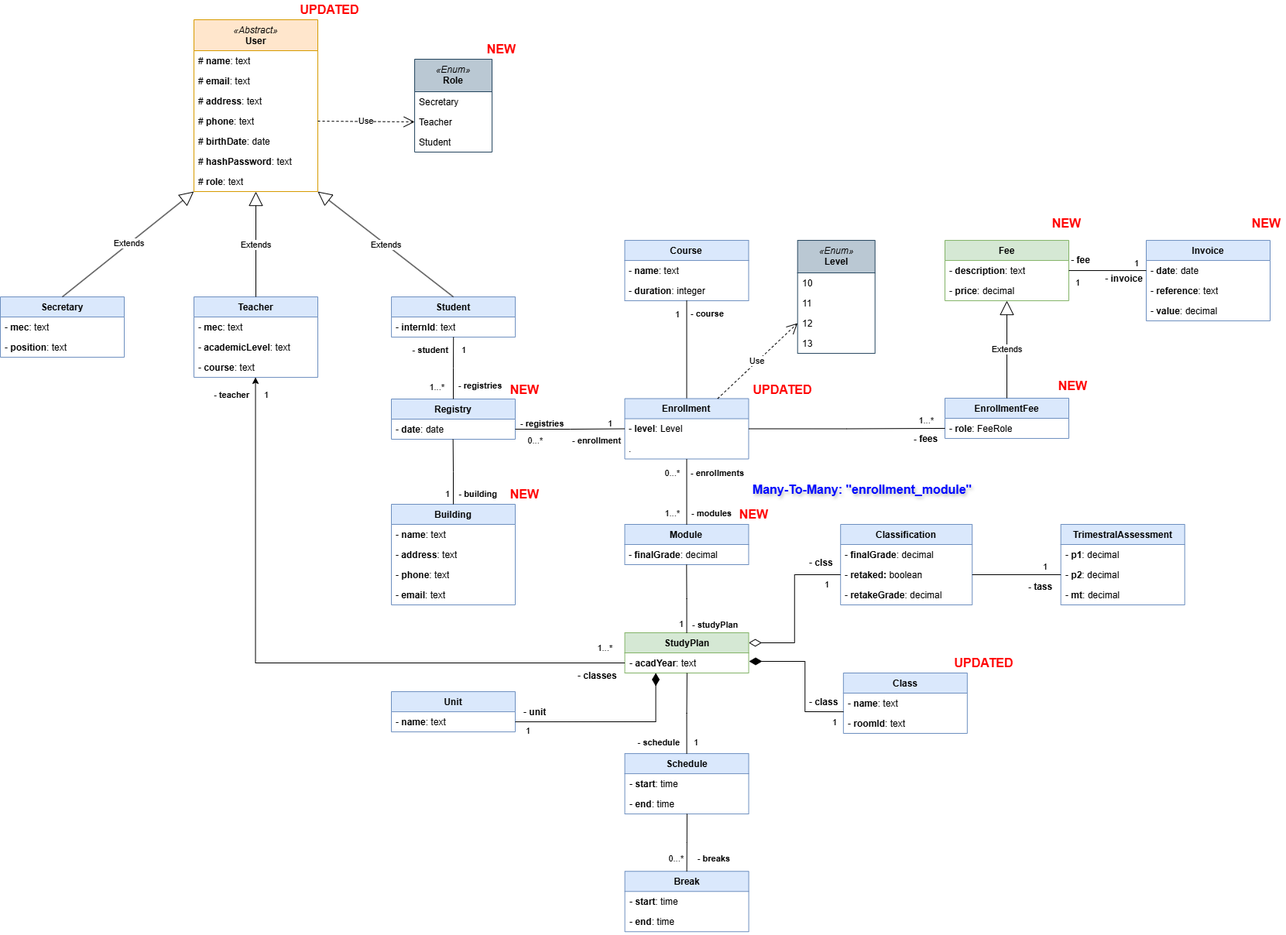
This is documentation/data-model.drawio.png from Joaquim-Claudio/Imptel-Online_P.D.S-2024-2025, a draw.io export, as it was before one commit. Source tidied: cells renumbered, new cells last; positions are measured from the earlier drawing's top-left corner, leaving out a move shared by most shapes.
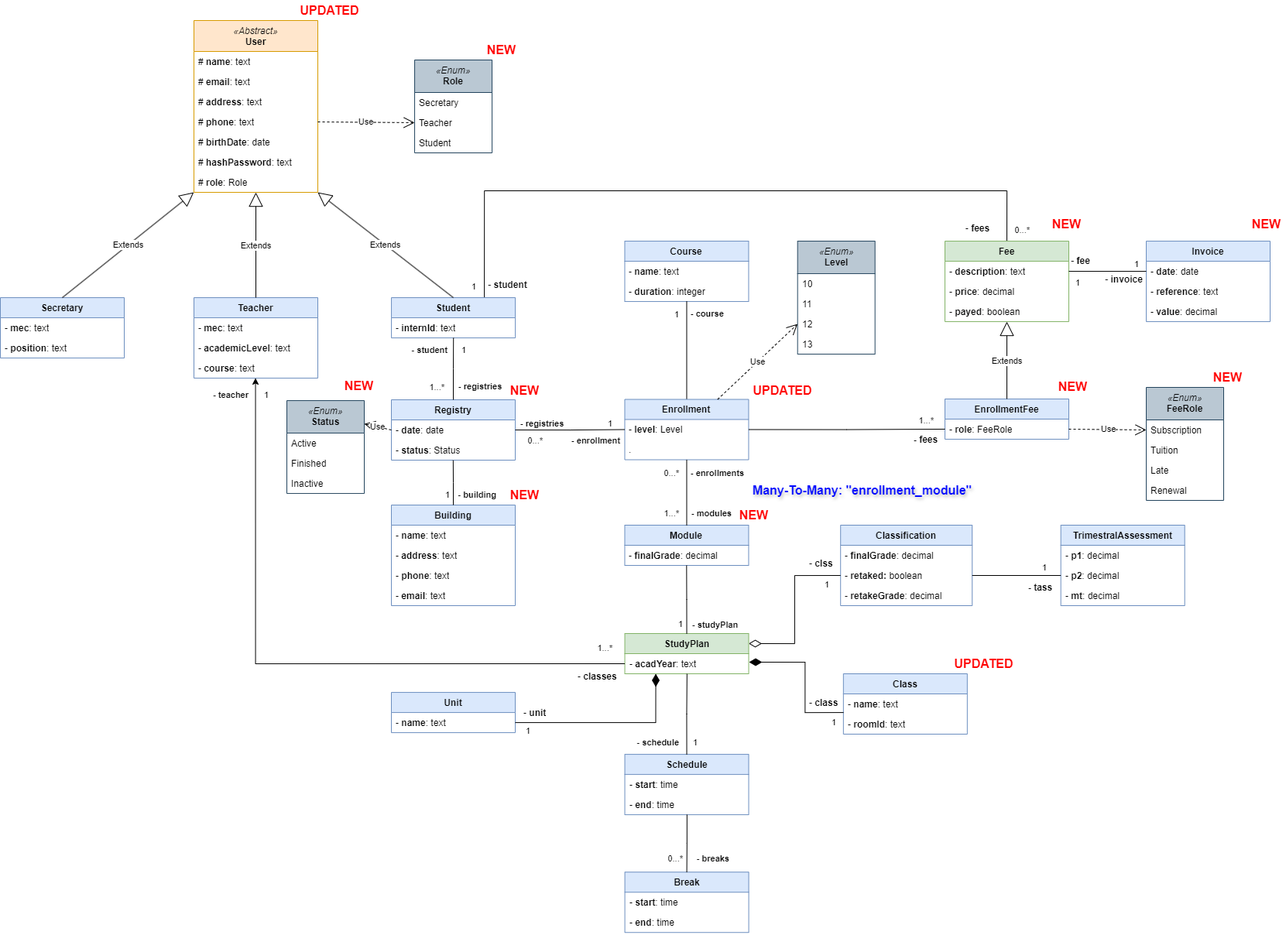
The same diagram one commit later.

Commit message:
Data model updated.

Change to the diagram source:
```diff
@@ -23,7 +23,7 @@
     <mxCell id="8" value="# &lt;b&gt;hashPassword&lt;/b&gt;: text" style="text;strokeColor=none;fillColor=none;align=left;verticalAlign=top;spacingLeft=4;spacingRight=4;overflow=hidden;whiteSpace=wrap;html=1;" parent="2" vertex="1">
       <mxGeometry y="170" width="160" height="26" as="geometry" />
     </mxCell>
-    <mxCell id="9" value="# &lt;b&gt;role&lt;/b&gt;: text" style="text;strokeColor=none;fillColor=none;align=left;verticalAlign=top;spacingLeft=4;spacingRight=4;overflow=hidden;points=[[0,0.5],[1,0.5]];portConstraint=eastwest;whiteSpace=wrap;html=1;" parent="2" vertex="1">
+    <mxCell id="9" value="# &lt;b&gt;role&lt;/b&gt;: Role" style="text;strokeColor=none;fillColor=none;align=left;verticalAlign=top;spacingLeft=4;spacingRight=4;overflow=hidden;points=[[0,0.5],[1,0.5]];portConstraint=eastwest;whiteSpace=wrap;html=1;" parent="2" vertex="1">
       <mxGeometry y="196" width="160" height="26" as="geometry" />
     </mxCell>
     <mxCell id="10" value="Secretary" style="swimlane;fontStyle=1;align=center;verticalAlign=top;horizontal=1;startSize=26;whiteSpace=wrap;html=1;fillColor=#dae8fc;strokeColor=#6c8ebf;" parent="1" vertex="1">
@@ -35,6 +35,14 @@
     <mxCell id="12" value="- &lt;b&gt;position&lt;/b&gt;: text" style="text;strokeColor=none;fillColor=none;align=left;verticalAlign=top;spacingLeft=4;spacingRight=4;overflow=hidden;whiteSpace=wrap;html=1;" parent="10" vertex="1">
       <mxGeometry y="52" width="160" height="26" as="geometry" />
     </mxCell>
+    <mxCell id="145" style="edgeStyle=orthogonalEdgeStyle;rounded=0;jettySize=auto;html=1;exitX=0.75;exitY=0;exitDx=0;exitDy=0;entryX=0.5;entryY=0;entryDx=0;entryDy=0;endArrow=none;endFill=0;" parent="1" edge="1" source="13" target="118">
+      <mxGeometry relative="1" as="geometry">
+        <Array as="points">
+          <mxPoint x="625" y="246" />
+          <mxPoint x="1300" y="246" />
+        </Array>
+      </mxGeometry>
+    </mxCell>
     <mxCell id="13" value="Student" style="swimlane;fontStyle=1;align=center;verticalAlign=top;horizontal=1;startSize=26;whiteSpace=wrap;html=1;fillColor=#dae8fc;strokeColor=#6c8ebf;" parent="1" vertex="1">
       <mxGeometry x="505.1" y="384.1" width="160" height="52" as="geometry" />
     </mxCell>
@@ -211,11 +219,14 @@
       <mxGeometry x="790" y="844" as="geometry" />
     </mxCell>
     <mxCell id="70" value="Registry" style="swimlane;fontStyle=1;align=center;verticalAlign=top;horizontal=1;startSize=26;whiteSpace=wrap;html=1;fillColor=#dae8fc;strokeColor=#6c8ebf;" parent="1" vertex="1">
-      <mxGeometry x="505" y="516" width="160" height="52" as="geometry" />
+      <mxGeometry x="505" y="516" width="160" height="78" as="geometry" />
     </mxCell>
     <mxCell id="71" value="-&amp;nbsp;&lt;b&gt;date&lt;/b&gt;: date" style="text;strokeColor=none;fillColor=none;align=left;verticalAlign=top;spacingLeft=4;spacingRight=4;overflow=hidden;points=[[0,0.5],[1,0.5]];portConstraint=eastwest;whiteSpace=wrap;html=1;" parent="70" vertex="1">
       <mxGeometry y="26" width="160" height="26" as="geometry" />
     </mxCell>
+    <mxCell id="146" value="- &lt;b&gt;status&lt;/b&gt;: Status" style="text;strokeColor=none;fillColor=none;align=left;verticalAlign=top;spacingLeft=4;spacingRight=4;overflow=hidden;points=[[0,0.5],[1,0.5]];portConstraint=eastwest;whiteSpace=wrap;html=1;" parent="70" vertex="1">
+      <mxGeometry y="52" width="160" height="26" as="geometry" />
+    </mxCell>
     <mxCell id="72" value="0...*" style="edgeLabel;html=1;align=right;verticalAlign=bottom;" parent="1" vertex="1">
       <mxGeometry x="700" y="576" as="geometry" />
     </mxCell>
@@ -338,7 +349,7 @@
     <mxCell id="106" style="endArrow=none;html=1;endSize=12;startArrow=diamondThin;startSize=14;startFill=1;edgeStyle=orthogonalEdgeStyle;align=left;verticalAlign=bottom;rounded=0;entryX=1;entryY=0.5;entryDx=0;entryDy=0;exitX=0.25;exitY=1;exitDx=0;exitDy=0;endFill=0;" parent="1" edge="1" source="19" target="33">
       <mxGeometry x="-1" y="3" relative="1" as="geometry" />
     </mxCell>
-    <mxCell id="107" style="edgeStyle=orthogonalEdgeStyle;rounded=0;jettySize=auto;html=1;exitX=0.5;exitY=0;exitDx=0;exitDy=0;entryX=0.498;entryY=1.006;entryDx=0;entryDy=0;entryPerimeter=0;endArrow=none;endFill=0;" parent="1" edge="1" source="95" target="71">
+    <mxCell id="107" style="edgeStyle=orthogonalEdgeStyle;rounded=0;jettySize=auto;html=1;exitX=0.5;exitY=0;exitDx=0;exitDy=0;endArrow=none;endFill=0;entryX=0.499;entryY=1.01;entryDx=0;entryDy=0;entryPerimeter=0;" parent="1" edge="1" source="95" target="146">
       <mxGeometry relative="1" as="geometry" />
     </mxCell>
     <mxCell id="108" value="- &lt;b&gt;building&lt;/b&gt;" style="edgeLabel;html=1;align=right;verticalAlign=bottom;" parent="1" vertex="1">
@@ -372,7 +383,7 @@
       <mxGeometry y="26" width="160" height="26" as="geometry" />
     </mxCell>
     <mxCell id="118" value="Fee" style="swimlane;fontStyle=1;align=center;verticalAlign=top;horizontal=1;startSize=26;whiteSpace=wrap;html=1;fillColor=#d5e8d4;strokeColor=#82b366;" parent="1" vertex="1">
-      <mxGeometry x="1220" y="311.1" width="160" height="78" as="geometry" />
+      <mxGeometry x="1220" y="311.1" width="160" height="104" as="geometry" />
     </mxCell>
     <mxCell id="119" value="- &lt;b&gt;description&lt;/b&gt;: text" style="text;strokeColor=none;fillColor=none;align=left;verticalAlign=top;spacingLeft=4;spacingRight=4;overflow=hidden;points=[[0,0.5],[1,0.5]];portConstraint=eastwest;whiteSpace=wrap;html=1;" parent="118" vertex="1">
       <mxGeometry y="26" width="160" height="26" as="geometry" />
@@ -380,6 +391,9 @@
     <mxCell id="120" value="- &lt;b&gt;price&lt;/b&gt;: decimal" style="text;strokeColor=none;fillColor=none;align=left;verticalAlign=top;spacingLeft=4;spacingRight=4;overflow=hidden;whiteSpace=wrap;html=1;" parent="118" vertex="1">
       <mxGeometry y="52" width="160" height="26" as="geometry" />
     </mxCell>
+    <mxCell id="147" value="- &lt;b&gt;payed&lt;/b&gt;: boolean" style="text;strokeColor=none;fillColor=none;align=left;verticalAlign=top;spacingLeft=4;spacingRight=4;overflow=hidden;whiteSpace=wrap;html=1;" parent="118" vertex="1">
+      <mxGeometry y="78" width="160" height="26" as="geometry" />
+    </mxCell>
     <mxCell id="121" value="Invoice" style="swimlane;fontStyle=1;align=center;verticalAlign=top;horizontal=1;startSize=26;whiteSpace=wrap;html=1;fillColor=#dae8fc;strokeColor=#6c8ebf;" parent="1" vertex="1">
       <mxGeometry x="1480" y="311.1" width="160" height="104" as="geometry" />
     </mxCell>
@@ -452,5 +466,56 @@
     <mxCell id="144" value="Many-To-Many: &quot;enrollment_module&quot;" style="text;align=center;fontStyle=1;verticalAlign=middle;spacingLeft=3;spacingRight=3;html=1;fontColor=#0008ff;fontSize=16;textShadow=1;" parent="1" vertex="1">
       <mxGeometry x="966.5" y="620" width="293.5" height="26" as="geometry" />
     </mxCell>
+    <mxCell id="148" value="&lt;div&gt;&lt;i style=&quot;font-weight: normal;&quot;&gt;«Enum»&lt;/i&gt;&lt;/div&gt;&lt;div style=&quot;&quot;&gt;Status&lt;/div&gt;" style="swimlane;fontStyle=1;align=center;verticalAlign=top;horizontal=1;startSize=42;whiteSpace=wrap;html=1;fillColor=#bac8d3;strokeColor=#23445d;" parent="1" vertex="1">
+      <mxGeometry x="370" y="517.1" width="100" height="120" as="geometry" />
+    </mxCell>
+    <mxCell id="149" value="Active" style="text;strokeColor=none;fillColor=none;align=left;verticalAlign=top;spacingLeft=4;spacingRight=4;overflow=hidden;whiteSpace=wrap;html=1;" parent="148" vertex="1">
+      <mxGeometry y="42" width="100" height="26" as="geometry" />
+    </mxCell>
+    <mxCell id="150" value="Finished" style="text;strokeColor=none;fillColor=none;align=left;verticalAlign=top;spacingLeft=4;spacingRight=4;overflow=hidden;whiteSpace=wrap;html=1;" parent="148" vertex="1">
+      <mxGeometry y="68" width="100" height="26" as="geometry" />
+    </mxCell>
+    <mxCell id="151" value="Inactive" style="text;strokeColor=none;fillColor=none;align=left;verticalAlign=top;spacingLeft=4;spacingRight=4;overflow=hidden;whiteSpace=wrap;html=1;" parent="148" vertex="1">
+      <mxGeometry y="94" width="100" height="26" as="geometry" />
+    </mxCell>
+    <mxCell id="152" value="Use" style="endArrow=open;endSize=12;dashed=1;html=1;rounded=0;exitX=0;exitY=0.5;exitDx=0;exitDy=0;entryX=1;entryY=0.25;entryDx=0;entryDy=0;" parent="1" edge="1" source="71" target="148">
+      <mxGeometry relative="1" as="geometry" />
+    </mxCell>
+    <mxCell id="153" value="NEW" style="text;align=center;fontStyle=1;verticalAlign=middle;spacingLeft=3;spacingRight=3;html=1;fontColor=#ff0000;fontSize=16;" parent="1" vertex="1">
+      <mxGeometry x="440" y="485" width="45.2" height="26" as="geometry" />
+    </mxCell>
+    <mxCell id="154" value="&lt;div&gt;&lt;i style=&quot;font-weight: normal;&quot;&gt;«Enum»&lt;/i&gt;&lt;/div&gt;&lt;div&gt;&lt;span style=&quot;text-align: left;&quot;&gt;FeeRole&lt;/span&gt;&lt;/div&gt;" style="swimlane;fontStyle=1;align=center;verticalAlign=top;horizontal=1;startSize=42;whiteSpace=wrap;html=1;fillColor=#bac8d3;strokeColor=#23445d;" parent="1" vertex="1">
+      <mxGeometry x="1480" y="500" width="100" height="146" as="geometry" />
+    </mxCell>
+    <mxCell id="155" value="Subscription" style="text;strokeColor=none;fillColor=none;align=left;verticalAlign=top;spacingLeft=4;spacingRight=4;overflow=hidden;points=[[0,0.5],[1,0.5]];portConstraint=eastwest;whiteSpace=wrap;html=1;" parent="154" vertex="1">
+      <mxGeometry y="42" width="100" height="26" as="geometry" />
+    </mxCell>
+    <mxCell id="156" value="Tuition" style="text;strokeColor=none;fillColor=none;align=left;verticalAlign=top;spacingLeft=4;spacingRight=4;overflow=hidden;whiteSpace=wrap;html=1;" parent="154" vertex="1">
+      <mxGeometry y="68" width="100" height="26" as="geometry" />
+    </mxCell>
+    <mxCell id="157" value="Late" style="text;strokeColor=none;fillColor=none;align=left;verticalAlign=top;spacingLeft=4;spacingRight=4;overflow=hidden;whiteSpace=wrap;html=1;" parent="154" vertex="1">
+      <mxGeometry y="94" width="100" height="26" as="geometry" />
+    </mxCell>
+    <mxCell id="158" value="Renewal" style="text;strokeColor=none;fillColor=none;align=left;verticalAlign=top;spacingLeft=4;spacingRight=4;overflow=hidden;whiteSpace=wrap;html=1;" parent="154" vertex="1">
+      <mxGeometry y="120" width="100" height="26" as="geometry" />
+    </mxCell>
+    <mxCell id="159" value="Use" style="endArrow=open;endSize=12;dashed=1;html=1;rounded=0;entryX=0;entryY=0.5;entryDx=0;entryDy=0;exitX=1;exitY=0.5;exitDx=0;exitDy=0;" parent="1" edge="1" source="117" target="155">
+      <mxGeometry relative="1" as="geometry" />
+    </mxCell>
+    <mxCell id="160" value="&lt;span style=&quot;font-weight: normal;&quot;&gt;-&lt;/span&gt; fees" style="text;align=center;fontStyle=1;verticalAlign=middle;spacingLeft=3;spacingRight=3;strokeColor=none;html=1;" parent="1" vertex="1">
+      <mxGeometry x="1233" y="282" width="58" height="26" as="geometry" />
+    </mxCell>
+    <mxCell id="161" value="0...*" style="edgeLabel;html=1;align=right;verticalAlign=bottom;" parent="1" vertex="1">
+      <mxGeometry x="1329.7" y="304" as="geometry" />
+    </mxCell>
+    <mxCell id="162" value="&lt;span style=&quot;font-weight: normal;&quot;&gt;-&lt;/span&gt; student" style="text;align=center;fontStyle=1;verticalAlign=middle;spacingLeft=3;spacingRight=3;strokeColor=none;html=1;" parent="1" vertex="1">
+      <mxGeometry x="625.9" y="355.1" width="58" height="26" as="geometry" />
+    </mxCell>
+    <mxCell id="163" value="1" style="edgeLabel;html=1;align=right;verticalAlign=bottom;" parent="1" vertex="1">
+      <mxGeometry x="614" y="377.4" as="geometry" />
+    </mxCell>
+    <mxCell id="164" value="NEW" style="text;align=center;fontStyle=1;verticalAlign=middle;spacingLeft=3;spacingRight=3;html=1;fontColor=#ff0000;fontSize=16;" parent="1" vertex="1">
+      <mxGeometry x="1560" y="474" width="50" height="26" as="geometry" />
+    </mxCell>
   </root>
 </mxGraphModel>
```
